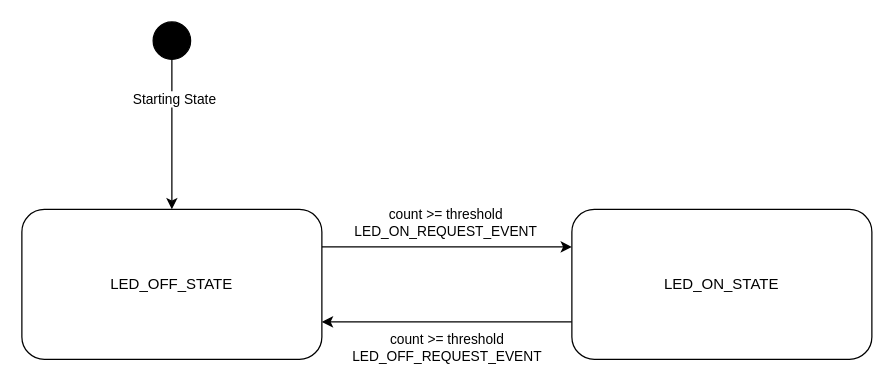
This is page "example" (5 of 5) of doc/images/fsm/fsm.drawio from ress059/ecu, a draw.io file, before an edit. Source tidied: cells renumbered, new cells numbered last; positions are measured from the earlier drawing's top-left corner, leaving out a move shared by most shapes. Both pictures are drawn from the tidied source at 125%, with x=0, y=0 at pixel (21, 21).
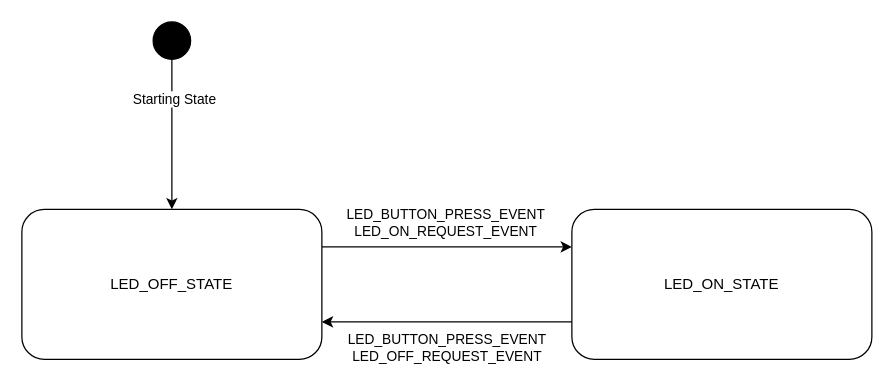
The same page after the edit.

The edit, as a diff of the source:
```diff
@@
 <mxGraphModel>
   <root>
     <mxCell id="0" />
     <mxCell id="1" parent="0" />
     <mxCell id="2" style="edgeStyle=orthogonalEdgeStyle;rounded=0;jettySize=auto;html=1;exitX=0;exitY=0.75;exitDx=0;exitDy=0;entryX=1;entryY=0.75;entryDx=0;entryDy=0;" parent="1" edge="1" source="4" target="7">
       <mxGeometry relative="1" as="geometry" />
     </mxCell>
-    <mxCell id="3" value="count &amp;gt;= threshold&lt;br&gt;LED_OFF_REQUEST_EVENT" style="edgeLabel;html=1;align=center;verticalAlign=middle;" parent="2" vertex="1">
+    <mxCell id="3" value="LED_BUTTON_PRESS_EVENT&lt;br&gt;LED_OFF_REQUEST_EVENT" style="edgeLabel;html=1;align=center;verticalAlign=middle;" parent="2" vertex="1">
       <mxGeometry x="-0.17" y="1" relative="1" as="geometry">
         <mxPoint x="-18" y="19" as="offset" />
       </mxGeometry>
     </mxCell>
     <mxCell id="4" value="LED_ON_STATE" style="rounded=1;whiteSpace=wrap;html=1;" parent="1" vertex="1">
       <mxGeometry x="440" y="150" width="240" height="120" as="geometry" />
     </mxCell>
     <mxCell id="5" style="edgeStyle=orthogonalEdgeStyle;rounded=0;jettySize=auto;html=1;exitX=1;exitY=0.25;exitDx=0;exitDy=0;entryX=0;entryY=0.25;entryDx=0;entryDy=0;" parent="1" edge="1" source="7" target="4">
       <mxGeometry relative="1" as="geometry" />
     </mxCell>
-    <mxCell id="6" value="count &amp;gt;= threshold&lt;br&gt;LED_ON_REQUEST_EVENT" style="edgeLabel;html=1;align=center;verticalAlign=middle;" parent="5" vertex="1">
+    <mxCell id="6" value="LED_BUTTON_PRESS_EVENT&lt;br&gt;LED_ON_REQUEST_EVENT" style="edgeLabel;html=1;align=center;verticalAlign=middle;" parent="5" vertex="1">
       <mxGeometry x="-0.06" y="3" relative="1" as="geometry">
         <mxPoint x="4" y="-17" as="offset" />
       </mxGeometry>
     </mxCell>
     <mxCell id="7" value="LED_OFF_STATE" style="rounded=1;whiteSpace=wrap;html=1;" parent="1" vertex="1">
       <mxGeometry y="150" width="240" height="120" as="geometry" />
     </mxCell>
     <mxCell id="8" style="edgeStyle=orthogonalEdgeStyle;rounded=0;jettySize=auto;html=1;entryX=0.5;entryY=0;entryDx=0;entryDy=0;" parent="1" edge="1" source="10" target="7">
       <mxGeometry relative="1" as="geometry" />
     </mxCell>
     <mxCell id="9" value="Starting State" style="edgeLabel;html=1;align=center;verticalAlign=middle;" parent="8" vertex="1">
       <mxGeometry x="-0.49" y="1" relative="1" as="geometry" />
     </mxCell>
     <mxCell id="10" style="ellipse;whiteSpace=wrap;html=1;fillColor=#000000;" parent="1" vertex="1">
       <mxGeometry x="105" width="30" height="30" as="geometry" />
     </mxCell>
   </root>
 </mxGraphModel>
```
